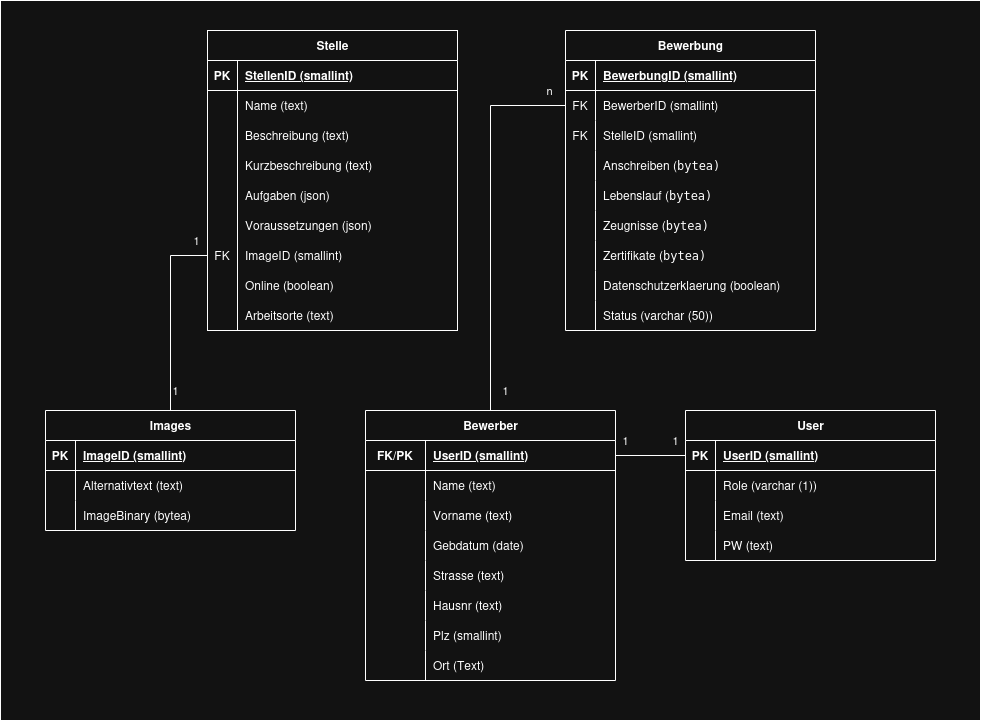
Earlier version of the draw.io export LatexFiles/resources/ERM.drawio.png (D1mebag1337/ProjectWebAppUni). Source tidied: cells renumbered, new cells last; positions are measured from the earlier drawing's top-left corner, leaving out a move shared by most shapes.
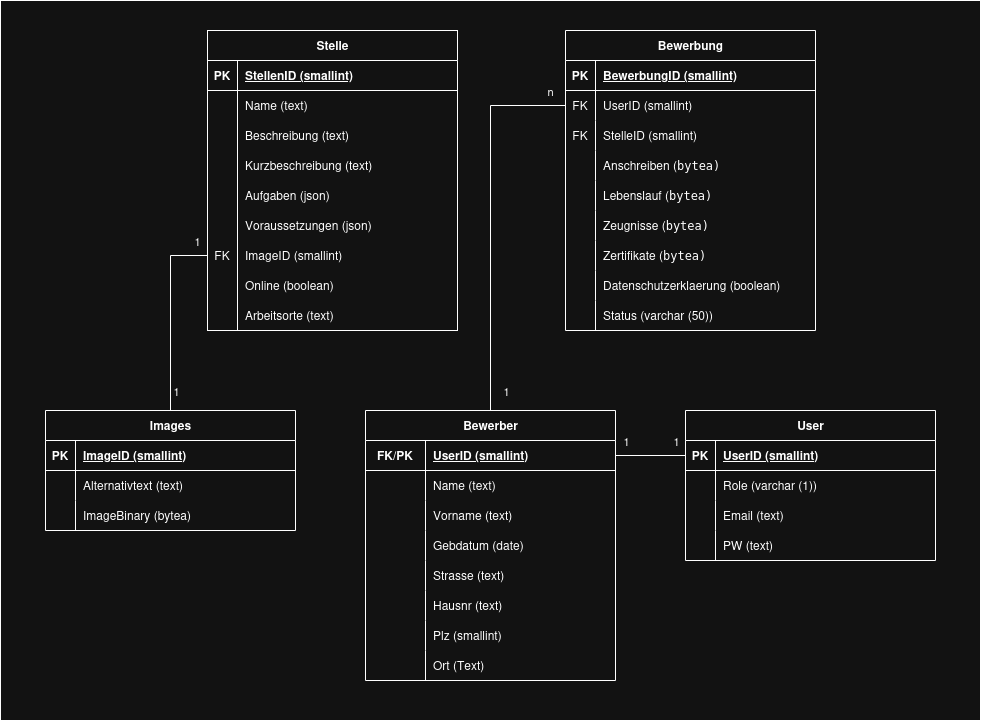
The same file after the commit.

Diff of the diagram source:
```diff
@@ -107,7 +107,7 @@
     <mxCell id="36" value="FK" style="shape=partialRectangle;fillColor=none;top=0;left=0;bottom=0;right=0;overflow=hidden;whiteSpace=wrap;html=1;" parent="35" vertex="1">
       <mxGeometry width="30" height="30" as="geometry" />
     </mxCell>
-    <mxCell id="37" value="BewerberID (smallint)&lt;span style=&quot;white-space: pre;&quot;&gt;&#9;&lt;/span&gt;&lt;span style=&quot;white-space: pre;&quot;&gt;&#9;&lt;/span&gt;" style="shape=partialRectangle;fillColor=none;top=0;left=0;bottom=0;right=0;align=left;spacingLeft=6;overflow=hidden;whiteSpace=wrap;html=1;" parent="35" vertex="1">
+    <mxCell id="37" value="UserID (smallint)&lt;span style=&quot;white-space: pre;&quot;&gt;&#9;&lt;/span&gt;&lt;span style=&quot;white-space: pre;&quot;&gt;&#9;&lt;/span&gt;" style="shape=partialRectangle;fillColor=none;top=0;left=0;bottom=0;right=0;align=left;spacingLeft=6;overflow=hidden;whiteSpace=wrap;html=1;" parent="35" vertex="1">
       <mxGeometry x="30" width="220" height="30" as="geometry" />
     </mxCell>
     <mxCell id="38" style="shape=tableRow;horizontal=0;startSize=0;swimlaneHead=0;swimlaneBody=0;fillColor=none;top=0;left=0;right=0;bottom=0;" parent="31" vertex="1">
```
